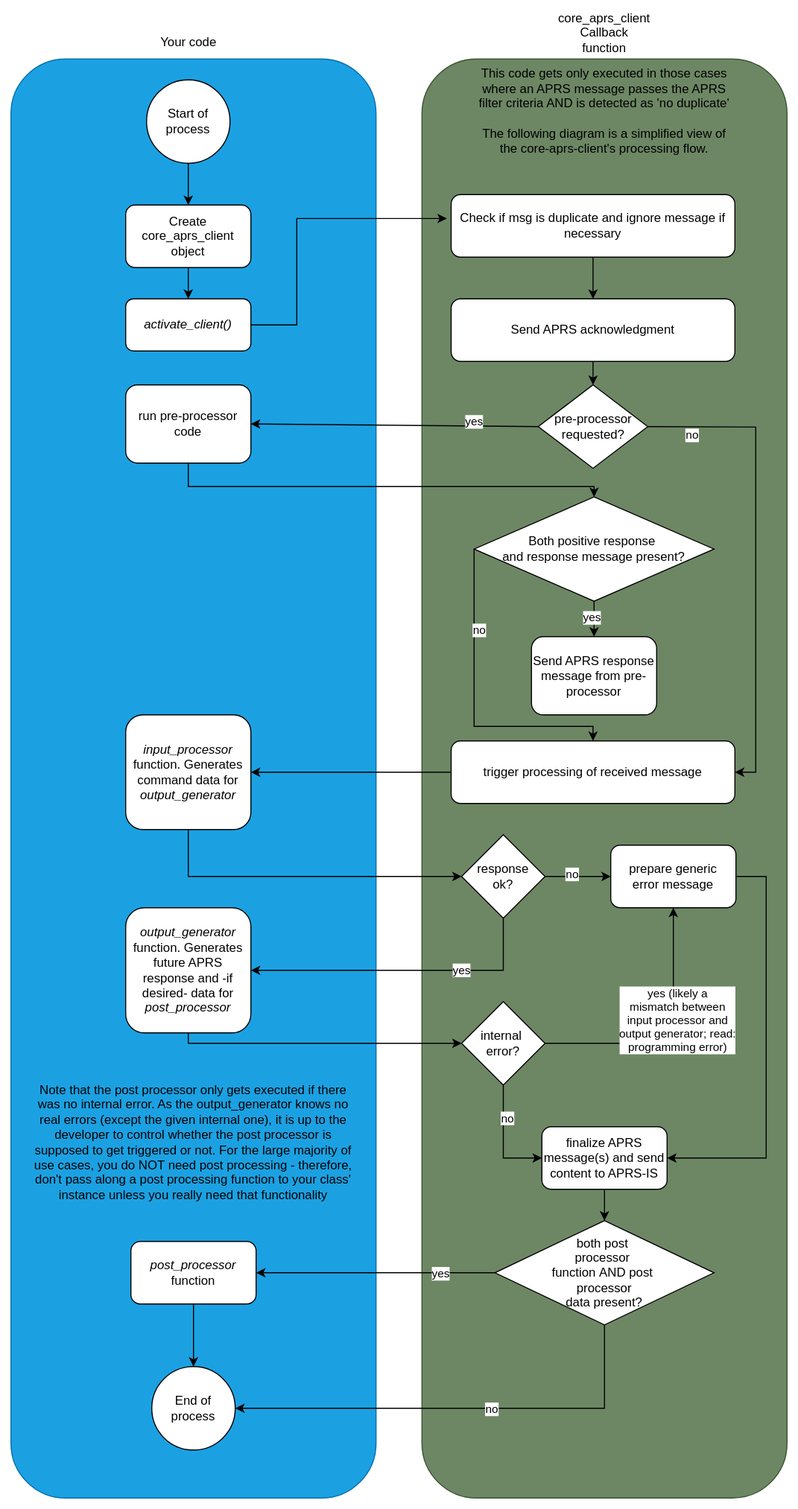
Earlier version of the draw.io export img/file_structure.svg (joergschultzelutter/core-aprs-client). Source tidied: cells renumbered, new cells last; positions are measured from the earlier drawing's top-left corner, leaving out a move shared by most shapes.
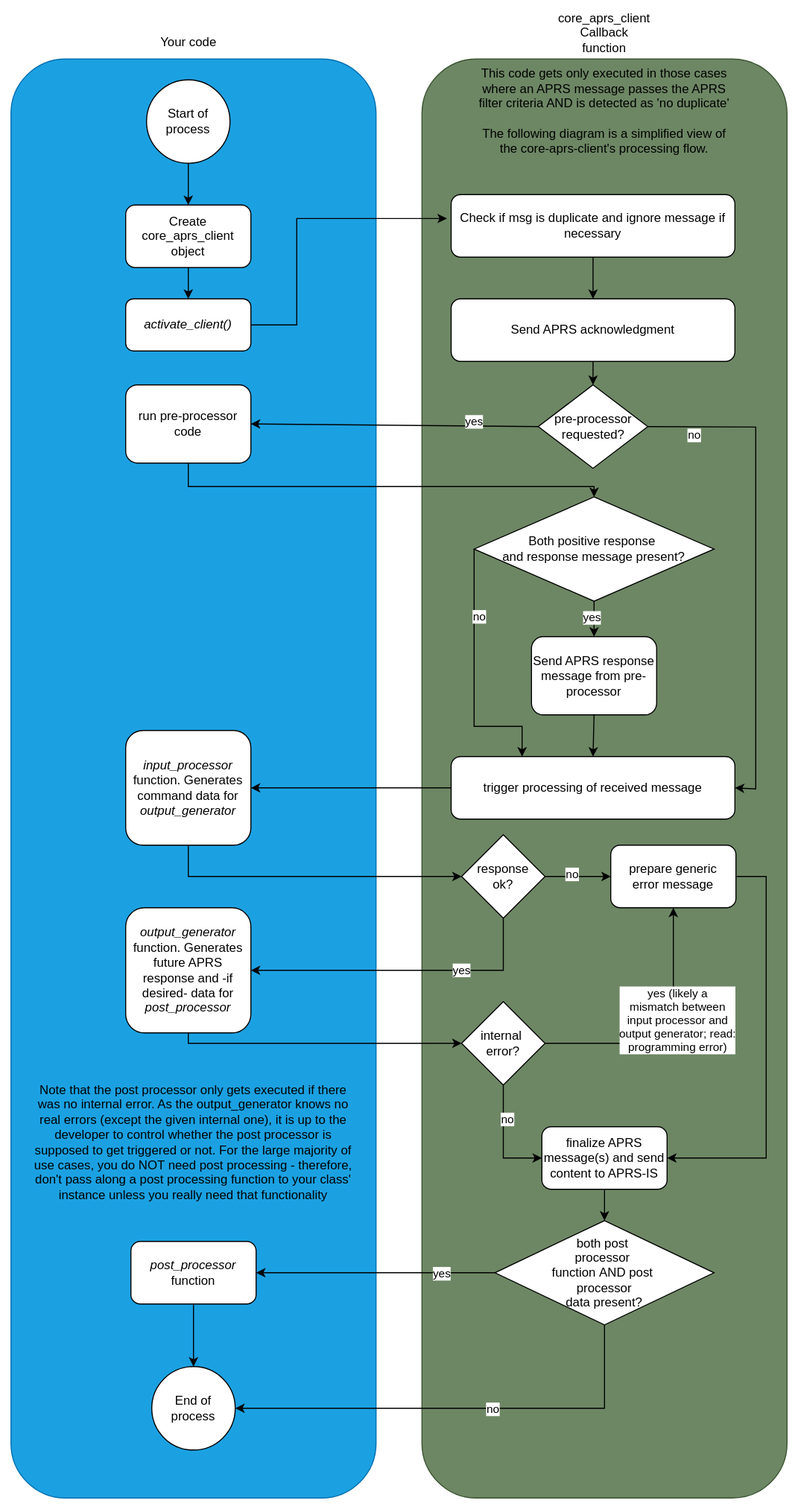
The same file after the commit.

The edit, as a diff of the source:
```diff
@@ -21,13 +21,13 @@
       <mxGeometry x="110" y="270" width="120" height="50" as="geometry" />
     </mxCell>
     <mxCell id="8" value="&lt;i&gt;input_processor&lt;/i&gt;&lt;div&gt;function. Generates command data for &lt;i&gt;output_generator&lt;/i&gt;&lt;/div&gt;" style="rounded=1;whiteSpace=wrap;html=1;" parent="1" vertex="1">
-      <mxGeometry x="110" y="669" width="120" height="110" as="geometry" />
+      <mxGeometry x="110" y="684" width="120" height="110" as="geometry" />
     </mxCell>
     <mxCell id="9" style="endArrow=classic;html=1;rounded=0;exitX=0.5;exitY=1;exitDx=0;exitDy=0;entryX=0.5;entryY=0;entryDx=0;entryDy=0;" parent="1" edge="1" source="6" target="7">
       <mxGeometry relative="1" as="geometry" />
     </mxCell>
     <mxCell id="10" value="trigger processing of received message" style="rounded=1;whiteSpace=wrap;html=1;" parent="1" vertex="1">
-      <mxGeometry x="422" y="694" width="272" height="60" as="geometry" />
+      <mxGeometry x="422" y="709" width="272" height="60" as="geometry" />
     </mxCell>
     <mxCell id="11" style="endArrow=classic;html=1;rounded=0;entryX=1;entryY=0.5;entryDx=0;entryDy=0;exitX=0;exitY=0.5;exitDx=0;exitDy=0;" parent="1" edge="1" source="10" target="8">
       <mxGeometry relative="1" as="geometry" />
@@ -191,7 +191,7 @@
       <mxGeometry relative="1" as="geometry">
         <Array as="points">
           <mxPoint x="714" y="393" />
-          <mxPoint x="714" y="724" />
+          <mxPoint x="714" y="740" />
         </Array>
       </mxGeometry>
     </mxCell>
@@ -220,16 +220,19 @@
     <mxCell id="56" value="yes" style="edgeLabel;html=1;align=center;verticalAlign=middle;" parent="55" vertex="1">
       <mxGeometry x="-0.1" y="-3" relative="1" as="geometry" />
     </mxCell>
-    <mxCell id="57" style="endArrow=classic;html=1;rounded=0;entryX=0.5;entryY=0;entryDx=0;entryDy=0;exitX=0;exitY=0.5;exitDx=0;exitDy=0;" parent="1" edge="1" source="52" target="10">
+    <mxCell id="57" style="endArrow=classic;html=1;rounded=0;exitX=0;exitY=0.5;exitDx=0;exitDy=0;entryX=0.25;entryY=0;entryDx=0;entryDy=0;" parent="1" edge="1" source="52" target="10">
       <mxGeometry relative="1" as="geometry">
         <Array as="points">
           <mxPoint x="444" y="680" />
-          <mxPoint x="558" y="680" />
+          <mxPoint x="490" y="680" />
         </Array>
       </mxGeometry>
     </mxCell>
     <mxCell id="58" value="no" style="edgeLabel;html=1;align=center;verticalAlign=middle;" parent="57" vertex="1">
       <mxGeometry x="-0.48" y="4" relative="1" as="geometry" />
     </mxCell>
+    <mxCell id="59" style="endArrow=classic;html=1;rounded=0;entryX=0.5;entryY=0;entryDx=0;entryDy=0;exitX=0.5;exitY=1;exitDx=0;exitDy=0;" parent="1" edge="1" source="53" target="10">
+      <mxGeometry relative="1" as="geometry" />
+    </mxCell>
   </root>
 </mxGraphModel>
```
